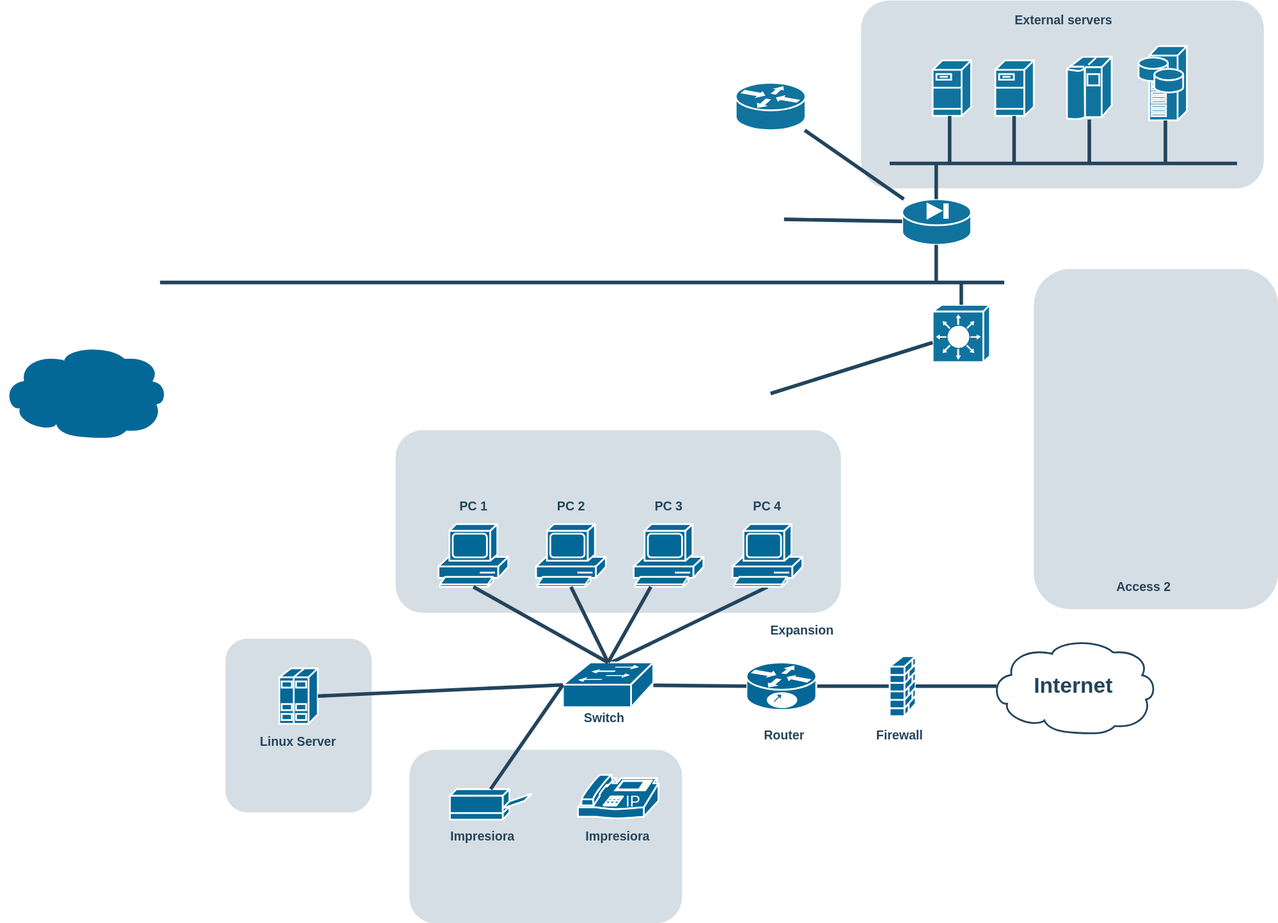
DemoNxriN/Bookhub keeps this draw.io diagram as Esquema de red Bookhub.svg. Above is the earlier version. Source tidied: cells renumbered, new cells last; positions are measured from the earlier drawing's top-left corner, leaving out a move shared by most shapes.
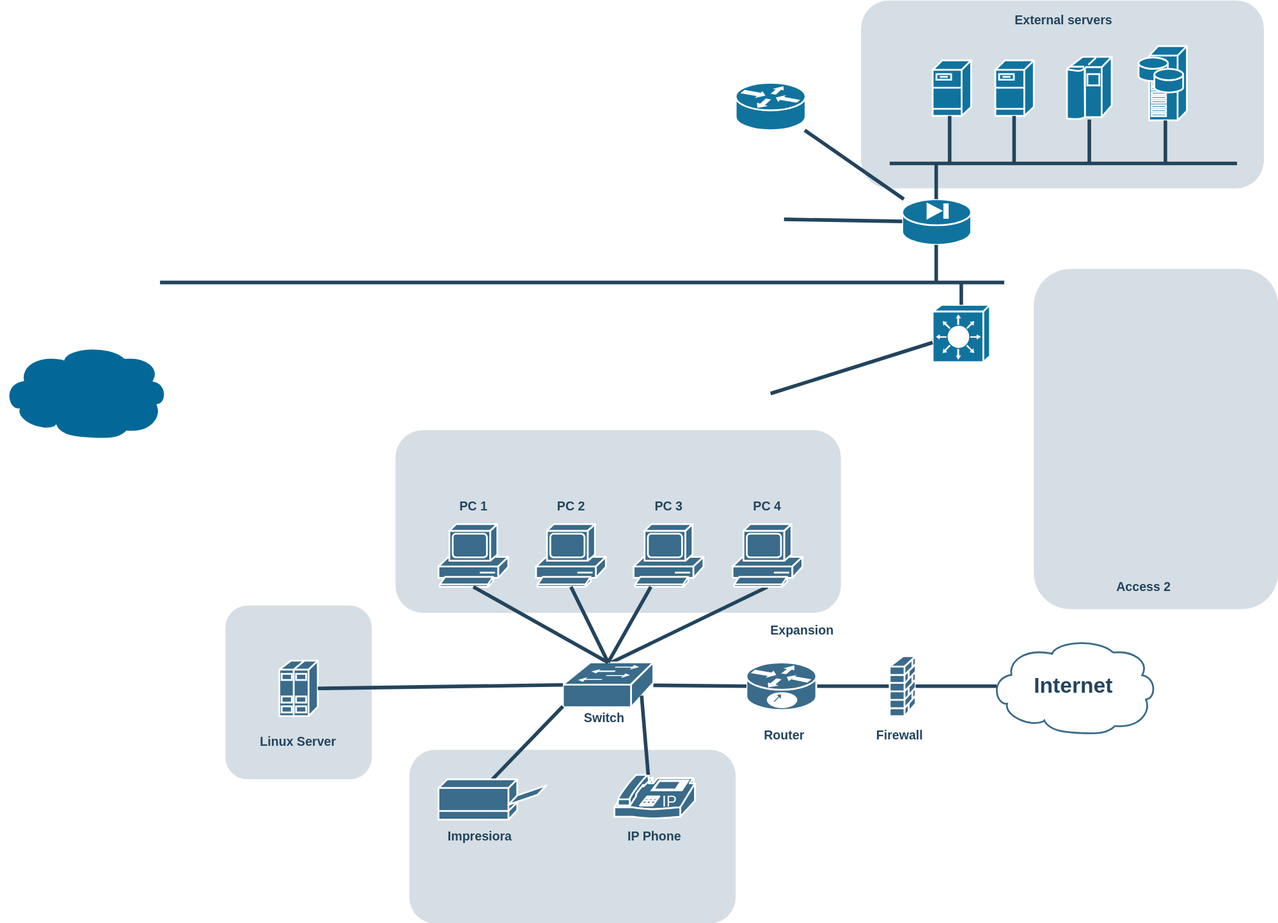
The same file after the commit.

Diff of the diagram source:
```diff
@@ -9,7 +9,7 @@
       <mxGeometry x="1153" y="300" width="273" height="380" as="geometry" />
     </mxCell>
     <mxCell id="4" style="rounded=1;whiteSpace=wrap;html=1;strokeColor=none;fillColor=#BAC8D3;fontSize=24;fontColor=#23445D;align=center;opacity=60;" parent="1" vertex="1">
-      <mxGeometry x="250" y="713" width="163.5" height="194" as="geometry" />
+      <mxGeometry x="250" y="676" width="163.5" height="194" as="geometry" />
     </mxCell>
     <mxCell id="5" style="rounded=1;whiteSpace=wrap;html=1;strokeColor=none;fillColor=#BAC8D3;fontSize=24;fontColor=#23445D;align=center;opacity=60;" parent="1" vertex="1">
       <mxGeometry x="960" width="450" height="210" as="geometry" />
@@ -29,7 +29,7 @@
     <mxCell id="10" style="shape=mxgraph.cisco.security.pix_firewall;html=1;dashed=0;fillColor=#10739E;strokeColor=#ffffff;strokeWidth=2;verticalLabelPosition=bottom;verticalAlign=top;fontFamily=Helvetica;fontSize=36;fontColor=#FFB366;" parent="1" vertex="1">
       <mxGeometry x="1006" y="222" width="77" height="51" as="geometry" />
     </mxCell>
-    <mxCell id="11" value="Internet" style="shape=mxgraph.cisco.storage.cloud;html=1;dashed=0;strokeColor=#23445D;fillColor=#ffffff;strokeWidth=2;fontFamily=Helvetica;fontSize=24;fontColor=#23445D;align=center;fontStyle=1;" parent="1" vertex="1">
+    <mxCell id="11" value="Internet" style="shape=mxgraph.cisco.storage.cloud;html=1;dashed=0;strokeColor=#3a6b8a;fillColor=#ffffff;strokeWidth=2;fontFamily=Helvetica;fontSize=24;fontColor=#23445D;align=center;fontStyle=1;" parent="1" vertex="1">
       <mxGeometry x="1104" y="713" width="186" height="106" as="geometry" />
     </mxCell>
     <mxCell id="12" style="shape=mxgraph.cisco.switches.layer_3_switch;html=1;dashed=0;fillColor=#10739E;strokeColor=#ffffff;strokeWidth=2;verticalLabelPosition=bottom;verticalAlign=top;fontFamily=Helvetica;fontSize=36;fontColor=#FFB366;" parent="1" vertex="1">
@@ -106,7 +106,7 @@
     <mxCell id="29" value="Access 2" style="rounded=1;whiteSpace=wrap;html=1;strokeColor=none;fillColor=none;fontSize=14;fontColor=#23445D;align=center;fontStyle=1;" parent="1" vertex="1">
       <mxGeometry x="1228" y="645" width="96" height="19" as="geometry" />
     </mxCell>
-    <mxCell id="30" style="shape=mxgraph.cisco.routers.10700;sketch=0;html=1;dashed=0;fillColor=#036897;strokeColor=#ffffff;strokeWidth=2;verticalLabelPosition=bottom;verticalAlign=top;align=center;outlineConnect=0;" parent="1" vertex="1">
+    <mxCell id="30" style="shape=mxgraph.cisco.routers.10700;sketch=0;html=1;dashed=0;fillColor=#3a6b8a;strokeColor=#ffffff;strokeWidth=2;verticalLabelPosition=bottom;verticalAlign=top;align=center;outlineConnect=0;" parent="1" vertex="1">
       <mxGeometry x="832" y="739.5" width="78" height="53" as="geometry" />
     </mxCell>
     <mxCell id="31" style="rounded=1;html=1;strokeColor=#23445D;endArrow=none;endFill=0;strokeWidth=4;entryX=0;entryY=0.5;entryDx=0;entryDy=0;entryPerimeter=0;" parent="1" edge="1" source="33" target="30">
@@ -115,22 +115,22 @@
     <mxCell id="32" value="&lt;font color=&quot;#23445d&quot;&gt;Expansion&lt;/font&gt;" style="rounded=1;whiteSpace=wrap;html=1;strokeColor=none;fillColor=none;fontSize=14;fontColor=#742B21;align=center;fontStyle=1;" parent="1" vertex="1">
       <mxGeometry x="840" y="694" width="109" height="19" as="geometry" />
     </mxCell>
-    <mxCell id="33" style="shape=mxgraph.cisco.switches.workgroup_switch;sketch=0;html=1;dashed=0;fillColor=#036897;strokeColor=#ffffff;strokeWidth=2;verticalLabelPosition=bottom;verticalAlign=top;align=center;outlineConnect=0;" parent="1" vertex="1">
+    <mxCell id="33" style="shape=mxgraph.cisco.switches.workgroup_switch;sketch=0;html=1;dashed=0;fillColor=#3a6b8a;strokeColor=#ffffff;strokeWidth=2;verticalLabelPosition=bottom;verticalAlign=top;align=center;outlineConnect=0;" parent="1" vertex="1">
       <mxGeometry x="627" y="739.5" width="101" height="50" as="geometry" />
     </mxCell>
-    <mxCell id="34" style="shape=mxgraph.cisco.computers_and_peripherals.pc;sketch=0;html=1;dashed=0;fillColor=#036897;strokeColor=#ffffff;strokeWidth=2;verticalLabelPosition=bottom;verticalAlign=top;align=center;outlineConnect=0;" parent="1" vertex="1">
+    <mxCell id="34" style="shape=mxgraph.cisco.computers_and_peripherals.pc;sketch=0;html=1;dashed=0;fillColor=#3a6b8a;strokeColor=#ffffff;strokeWidth=2;verticalLabelPosition=bottom;verticalAlign=top;align=center;outlineConnect=0;" parent="1" vertex="1">
       <mxGeometry x="816.5" y="585" width="78" height="70" as="geometry" />
     </mxCell>
-    <mxCell id="35" style="shape=mxgraph.cisco.computers_and_peripherals.pc;sketch=0;html=1;dashed=0;fillColor=#036897;strokeColor=#ffffff;strokeWidth=2;verticalLabelPosition=bottom;verticalAlign=top;align=center;outlineConnect=0;" parent="1" vertex="1">
+    <mxCell id="35" style="shape=mxgraph.cisco.computers_and_peripherals.pc;sketch=0;html=1;dashed=0;fillColor=#3a6b8a;strokeColor=#ffffff;strokeWidth=2;verticalLabelPosition=bottom;verticalAlign=top;align=center;outlineConnect=0;" parent="1" vertex="1">
       <mxGeometry x="706" y="585" width="78" height="70" as="geometry" />
     </mxCell>
     <mxCell id="36" style="rounded=1;html=1;strokeColor=#23445D;endArrow=none;endFill=0;strokeWidth=4;exitX=0.5;exitY=0;exitDx=0;exitDy=0;exitPerimeter=0;" parent="1" edge="1" source="33" target="35">
       <mxGeometry relative="1" as="geometry" />
     </mxCell>
-    <mxCell id="37" style="shape=mxgraph.cisco.computers_and_peripherals.pc;sketch=0;html=1;dashed=0;fillColor=#036897;strokeColor=#ffffff;strokeWidth=2;verticalLabelPosition=bottom;verticalAlign=top;align=center;outlineConnect=0;" parent="1" vertex="1">
+    <mxCell id="37" style="shape=mxgraph.cisco.computers_and_peripherals.pc;sketch=0;html=1;dashed=0;fillColor=#3a6b8a;strokeColor=#ffffff;strokeWidth=2;verticalLabelPosition=bottom;verticalAlign=top;align=center;outlineConnect=0;" parent="1" vertex="1">
       <mxGeometry x="488" y="585" width="78" height="70" as="geometry" />
     </mxCell>
-    <mxCell id="38" style="shape=mxgraph.cisco.computers_and_peripherals.pc;sketch=0;html=1;dashed=0;fillColor=#036897;strokeColor=#ffffff;strokeWidth=2;verticalLabelPosition=bottom;verticalAlign=top;align=center;outlineConnect=0;" parent="1" vertex="1">
+    <mxCell id="38" style="shape=mxgraph.cisco.computers_and_peripherals.pc;sketch=0;html=1;dashed=0;fillColor=#3a6b8a;strokeColor=#ffffff;strokeWidth=2;verticalLabelPosition=bottom;verticalAlign=top;align=center;outlineConnect=0;" parent="1" vertex="1">
       <mxGeometry x="597" y="585" width="78" height="70" as="geometry" />
     </mxCell>
     <mxCell id="39" style="rounded=1;html=1;strokeColor=#23445D;endArrow=none;endFill=0;strokeWidth=4;entryX=0.5;entryY=0;entryDx=0;entryDy=0;entryPerimeter=0;exitX=0.5;exitY=1;exitDx=0;exitDy=0;exitPerimeter=0;" parent="1" edge="1" source="37" target="33">
@@ -139,8 +139,8 @@
     <mxCell id="40" style="rounded=1;html=1;strokeColor=#23445D;endArrow=none;endFill=0;strokeWidth=4;entryX=0.5;entryY=0;entryDx=0;entryDy=0;entryPerimeter=0;exitX=0.5;exitY=1;exitDx=0;exitDy=0;exitPerimeter=0;" parent="1" edge="1" source="38" target="33">
       <mxGeometry relative="1" as="geometry" />
     </mxCell>
-    <mxCell id="41" style="shape=mxgraph.cisco.servers.standard_host;sketch=0;html=1;dashed=0;fillColor=#036897;strokeColor=#ffffff;strokeWidth=2;verticalLabelPosition=bottom;verticalAlign=top;align=center;outlineConnect=0;" parent="1" vertex="1">
-      <mxGeometry x="310.2" y="746" width="43" height="62" as="geometry" />
+    <mxCell id="41" style="shape=mxgraph.cisco.servers.standard_host;sketch=0;html=1;dashed=0;fillColor=#3a6b8a;strokeColor=#ffffff;strokeWidth=2;verticalLabelPosition=bottom;verticalAlign=top;align=center;outlineConnect=0;" parent="1" vertex="1">
+      <mxGeometry x="310.2" y="737.5" width="43" height="62" as="geometry" />
     </mxCell>
     <mxCell id="42" style="rounded=1;html=1;endArrow=none;endFill=0;strokeColor=#23445D;strokeWidth=4;fontSize=14;fontColor=#990000;entryX=1;entryY=0.5;entryDx=0;entryDy=0;entryPerimeter=0;exitX=0;exitY=0.5;exitDx=0;exitDy=0;exitPerimeter=0;" parent="1" edge="1" source="33" target="41">
       <mxGeometry relative="1" as="geometry" />
@@ -148,7 +148,7 @@
     <mxCell id="43" style="shape=mxgraph.cisco.storage.cloud;sketch=0;html=1;dashed=0;fillColor=#036897;strokeColor=#ffffff;strokeWidth=2;verticalLabelPosition=bottom;verticalAlign=top;align=center;" parent="1" vertex="1">
       <mxGeometry y="384" width="186" height="106" as="geometry" />
     </mxCell>
-    <mxCell id="44" style="shape=mxgraph.cisco.security.firewall;sketch=0;html=1;dashed=0;fillColor=#036897;strokeColor=#ffffff;strokeWidth=2;verticalLabelPosition=bottom;verticalAlign=top;align=center;outlineConnect=0;" parent="1" vertex="1">
+    <mxCell id="44" style="shape=mxgraph.cisco.security.firewall;sketch=0;html=1;dashed=0;fillColor=#3a6b8a;strokeColor=#ffffff;strokeWidth=2;verticalLabelPosition=bottom;verticalAlign=top;align=center;outlineConnect=0;" parent="1" vertex="1">
       <mxGeometry x="992" y="732.5" width="29" height="67" as="geometry" />
     </mxCell>
     <mxCell id="45" style="rounded=1;html=1;strokeColor=#23445D;endArrow=none;endFill=0;strokeWidth=4;exitX=1;exitY=0.5;exitDx=0;exitDy=0;exitPerimeter=0;entryX=0.04;entryY=0.5;entryDx=0;entryDy=0;entryPerimeter=0;" parent="1" edge="1" source="44" target="11">
@@ -179,22 +179,28 @@
       <mxGeometry x="277.2" y="818" width="109" height="19" as="geometry" />
     </mxCell>
     <mxCell id="54" style="rounded=1;whiteSpace=wrap;html=1;strokeColor=none;fillColor=#BAC8D3;fontSize=24;fontColor=#23445D;align=center;opacity=60;" parent="1" vertex="1">
-      <mxGeometry x="455.5" y="837" width="304.5" height="194" as="geometry" />
+      <mxGeometry x="455.5" y="837" width="364.5" height="194" as="geometry" />
     </mxCell>
-    <mxCell id="55" style="shape=mxgraph.cisco.computers_and_peripherals.printer;sketch=0;html=1;dashed=0;fillColor=#036897;strokeColor=#ffffff;strokeWidth=2;verticalLabelPosition=bottom;verticalAlign=top;align=center;outlineConnect=0;" parent="1" vertex="1">
-      <mxGeometry x="500.8" y="881" width="91" height="34" as="geometry" />
-    </mxCell>
     <mxCell id="56" value="&lt;font color=&quot;#23445d&quot;&gt;Impresiora&lt;/font&gt;" style="rounded=1;whiteSpace=wrap;html=1;strokeColor=none;fillColor=none;fontSize=14;fontColor=#742B21;align=center;fontStyle=1;" parent="1" vertex="1">
-      <mxGeometry x="482.8" y="924.5" width="109" height="19" as="geometry" />
+      <mxGeometry x="480" y="924.5" width="109" height="19" as="geometry" />
     </mxCell>
-    <mxCell id="57" style="rounded=1;html=1;endArrow=none;endFill=0;strokeColor=#23445D;strokeWidth=4;fontSize=14;fontColor=#990000;exitX=0;exitY=0.5;exitDx=0;exitDy=0;exitPerimeter=0;entryX=0.5;entryY=0;entryDx=0;entryDy=0;entryPerimeter=0;" parent="1" edge="1" source="33" target="55">
+    <mxCell id="57" style="rounded=1;html=1;endArrow=none;endFill=0;strokeColor=#23445D;strokeWidth=4;fontSize=14;fontColor=#990000;entryX=0.5;entryY=0;entryDx=0;entryDy=0;entryPerimeter=0;exitX=0;exitY=0.98;exitDx=0;exitDy=0;exitPerimeter=0;" parent="1" edge="1" source="33" target="60">
       <mxGeometry relative="1" as="geometry" />
     </mxCell>
-    <mxCell id="58" style="shape=mxgraph.cisco.modems_and_phones.ip_phone;sketch=0;html=1;dashed=0;fillColor=#036897;strokeColor=#ffffff;strokeWidth=2;verticalLabelPosition=bottom;verticalAlign=top;align=center;outlineConnect=0;" parent="1" vertex="1">
-      <mxGeometry x="643.8" y="865" width="90" height="50" as="geometry" />
+    <mxCell id="58" style="shape=mxgraph.cisco.modems_and_phones.ip_phone;sketch=0;html=1;dashed=0;fillColor=#3a6b8a;strokeColor=#ffffff;strokeWidth=2;verticalLabelPosition=bottom;verticalAlign=top;align=center;outlineConnect=0;" parent="1" vertex="1">
+      <mxGeometry x="684.5" y="865" width="90" height="50" as="geometry" />
     </mxCell>
-    <mxCell id="59" value="&lt;font color=&quot;#23445d&quot;&gt;Impresiora&lt;/font&gt;" style="rounded=1;whiteSpace=wrap;html=1;strokeColor=none;fillColor=none;fontSize=14;fontColor=#742B21;align=center;fontStyle=1;" parent="1" vertex="1">
-      <mxGeometry x="634.2" y="924.5" width="109" height="19" as="geometry" />
+    <mxCell id="59" value="&lt;font color=&quot;#23445d&quot;&gt;IP Phone&lt;/font&gt;" style="rounded=1;whiteSpace=wrap;html=1;strokeColor=none;fillColor=none;fontSize=14;fontColor=#742B21;align=center;fontStyle=1;" parent="1" vertex="1">
+      <mxGeometry x="675" y="924.5" width="109" height="19" as="geometry" />
     </mxCell>
+    <mxCell id="60" style="shape=mxgraph.cisco.computers_and_peripherals.printer;sketch=0;html=1;dashed=0;fillColor=#3a6b8a;strokeColor=#ffffff;strokeWidth=2;verticalLabelPosition=bottom;verticalAlign=top;align=center;outlineConnect=0;" parent="1" vertex="1">
+      <mxGeometry x="488" y="870" width="120.4" height="45" as="geometry" />
+    </mxCell>
+    <mxCell id="61" style="edgeStyle=orthogonalEdgeStyle;rounded=0;orthogonalLoop=1;jettySize=auto;html=1;exitX=0.5;exitY=1;exitDx=0;exitDy=0;exitPerimeter=0;" parent="1" edge="1" source="60" target="60">
+      <mxGeometry relative="1" as="geometry" />
+    </mxCell>
+    <mxCell id="62" style="rounded=1;html=1;endArrow=none;endFill=0;strokeColor=#23445D;strokeWidth=4;fontSize=14;fontColor=#990000;exitX=0.87;exitY=0.74;exitDx=0;exitDy=0;exitPerimeter=0;entryX=0.42;entryY=0;entryDx=0;entryDy=0;entryPerimeter=0;" parent="1" edge="1" source="33" target="58">
+      <mxGeometry relative="1" as="geometry" />
+    </mxCell>
   </root>
 </mxGraphModel>
```
